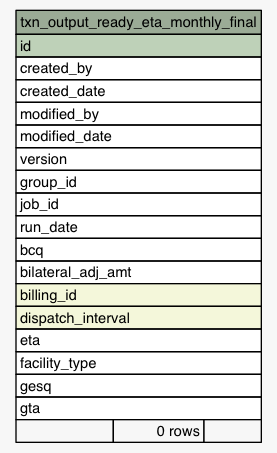
The Graphviz diagram Data/settlement/diagrams/summary/txn_output_ready_eta_monthly_final.1degree.png in eyana-m/python-data-dictionary-writer, before a commit. Its source is kept beside it as Data/settlement/diagrams/summary/txn_output_ready_eta_monthly_final.1degree.dot.
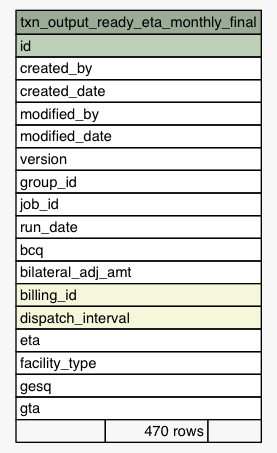
Above is the later version.

The edit, as a diff of the source:
```diff
@@ -36,7 +36,7 @@
       <TR><TD PORT="facility_type" COLSPAN="3" ALIGN="LEFT">facility_type</TD></TR>
       <TR><TD PORT="gesq" COLSPAN="3" ALIGN="LEFT">gesq</TD></TR>
       <TR><TD PORT="gta" COLSPAN="3" ALIGN="LEFT">gta</TD></TR>
-      <TR><TD ALIGN="LEFT" BGCOLOR="#f7f7f7">  </TD><TD ALIGN="RIGHT" BGCOLOR="#f7f7f7">0 rows</TD><TD ALIGN="RIGHT" BGCOLOR="#f7f7f7">  </TD></TR>
+      <TR><TD ALIGN="LEFT" BGCOLOR="#f7f7f7">  </TD><TD ALIGN="RIGHT" BGCOLOR="#f7f7f7">470 rows</TD><TD ALIGN="RIGHT" BGCOLOR="#f7f7f7">  </TD></TR>
     </TABLE>>
     URL="tables/txn_output_ready_eta_monthly_final.html"
     tooltip="txn_output_ready_eta_monthly_final"
```
